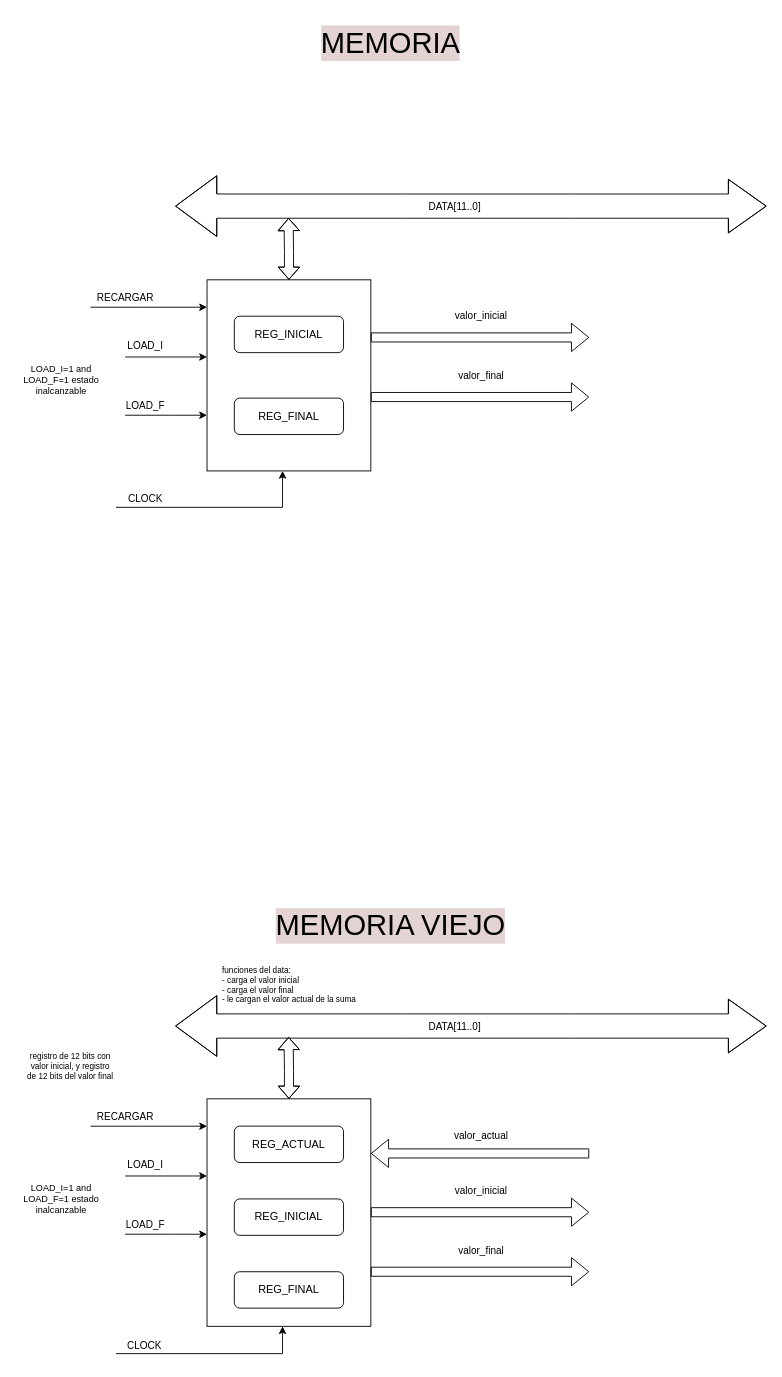
Earlier version of the draw.io diagram page "Memoria" (4 of 5) of Integrador/Integrador.drawio (albertinap/IDL). Source tidied: cells renumbered, new cells numbered last; positions are measured from the earlier drawing's top-left corner, leaving out a move shared by most shapes. Both pictures are drawn from the tidied source at 91%, with x=0, y=0 at pixel (15, 15).
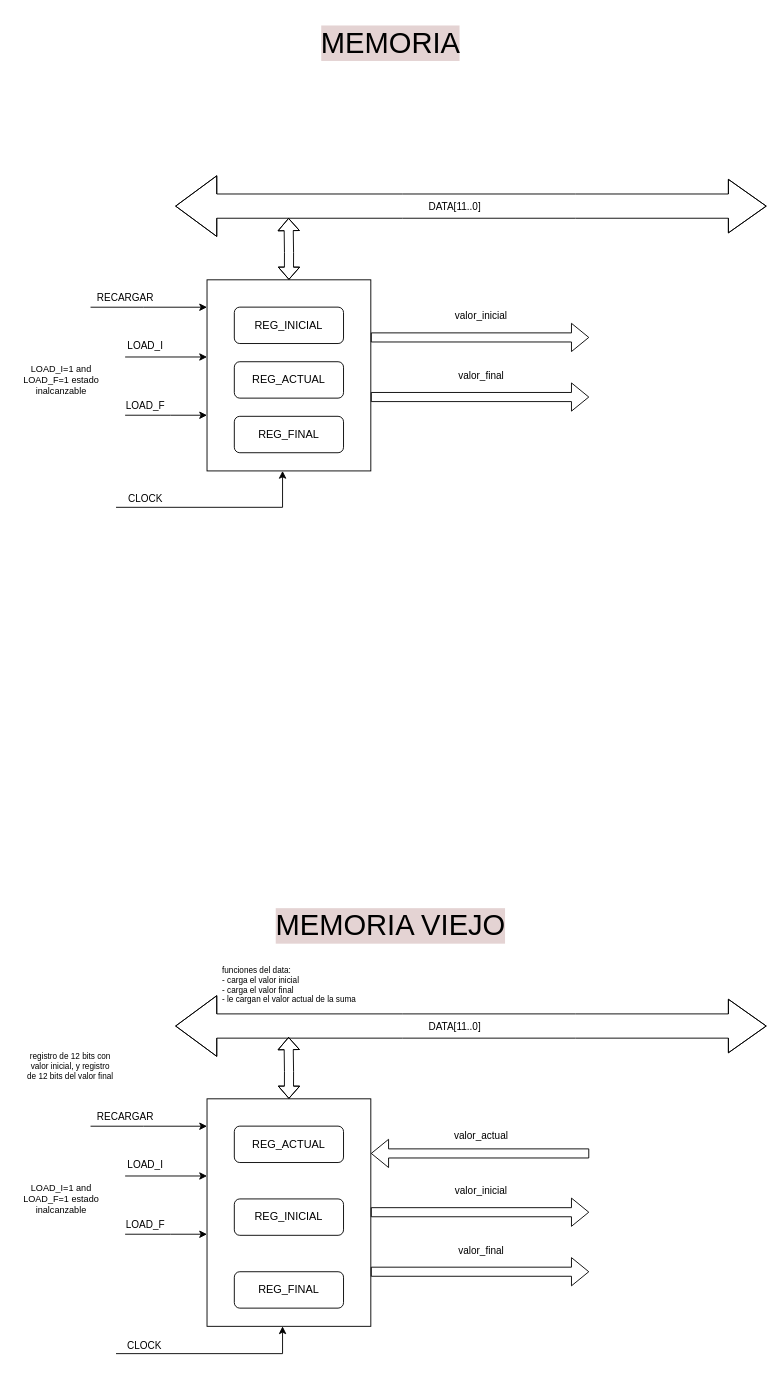
Above is the later version.

The edit, as a diff of the source:
```diff
@@
     <mxCell id="11" value="REG_INICIAL" style="rounded=1;whiteSpace=wrap;html=1;" parent="1" vertex="1">
-      <mxGeometry x="240" y="330" width="120" height="40" as="geometry" />
+      <mxGeometry x="240" y="320" width="120" height="40" as="geometry" />
     </mxCell>
     <mxCell id="12" value="REG_FINAL" style="rounded=1;whiteSpace=wrap;html=1;" parent="1" vertex="1">
-      <mxGeometry x="240" y="420" width="120" height="40" as="geometry" />
+      <mxGeometry x="240" y="440" width="120" height="40" as="geometry" />
     </mxCell>
@@
+    <mxCell id="47" value="REG_ACTUAL" style="rounded=1;whiteSpace=wrap;html=1;" parent="1" vertex="1">
+      <mxGeometry x="240" y="380" width="120" height="40" as="geometry" />
+    </mxCell>
```
